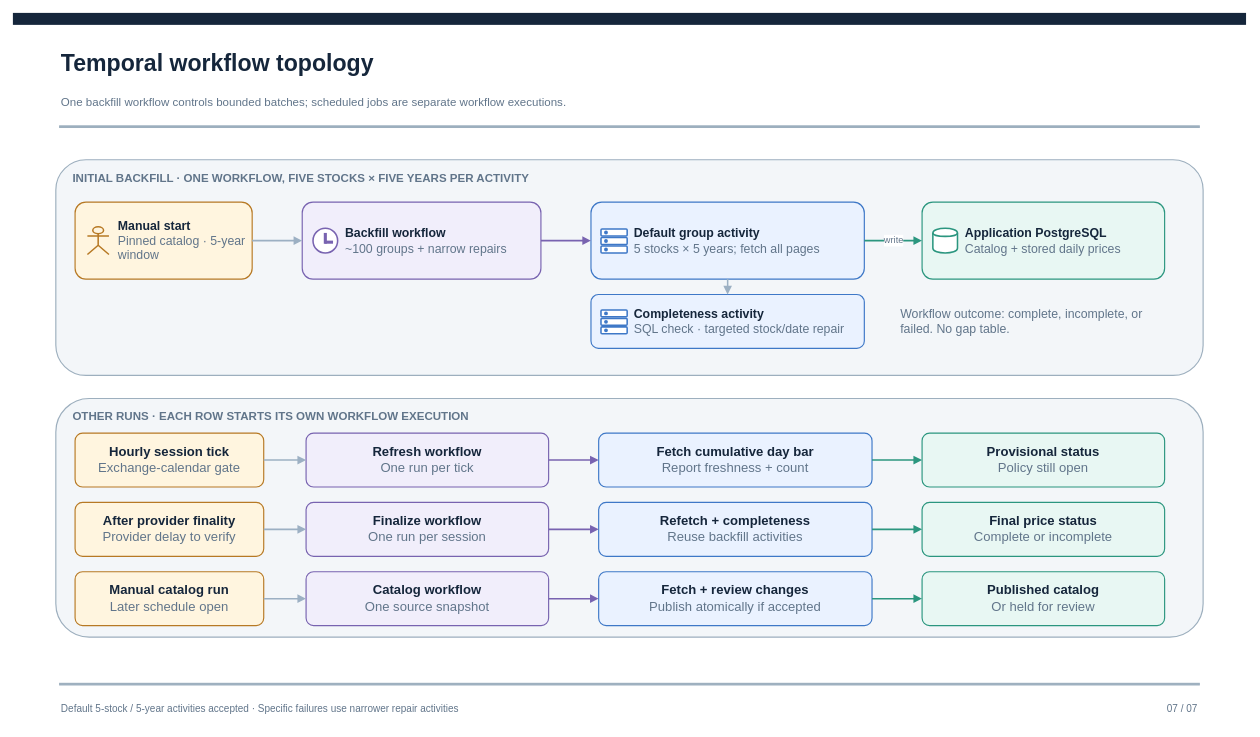
Above: page "07 · Workflows" (7 of 7) of knowledge-base/diagrams/market-eagle-architecture.drawio in maorts14/market-eagle (draw.io), before the change. Source tidied: cells renumbered, new cells numbered last; positions are measured from the earlier drawing's top-left corner, leaving out a move shared by most shapes. Both pictures are drawn from the tidied source at 77%, with x=0, y=0 at pixel (13, 13).
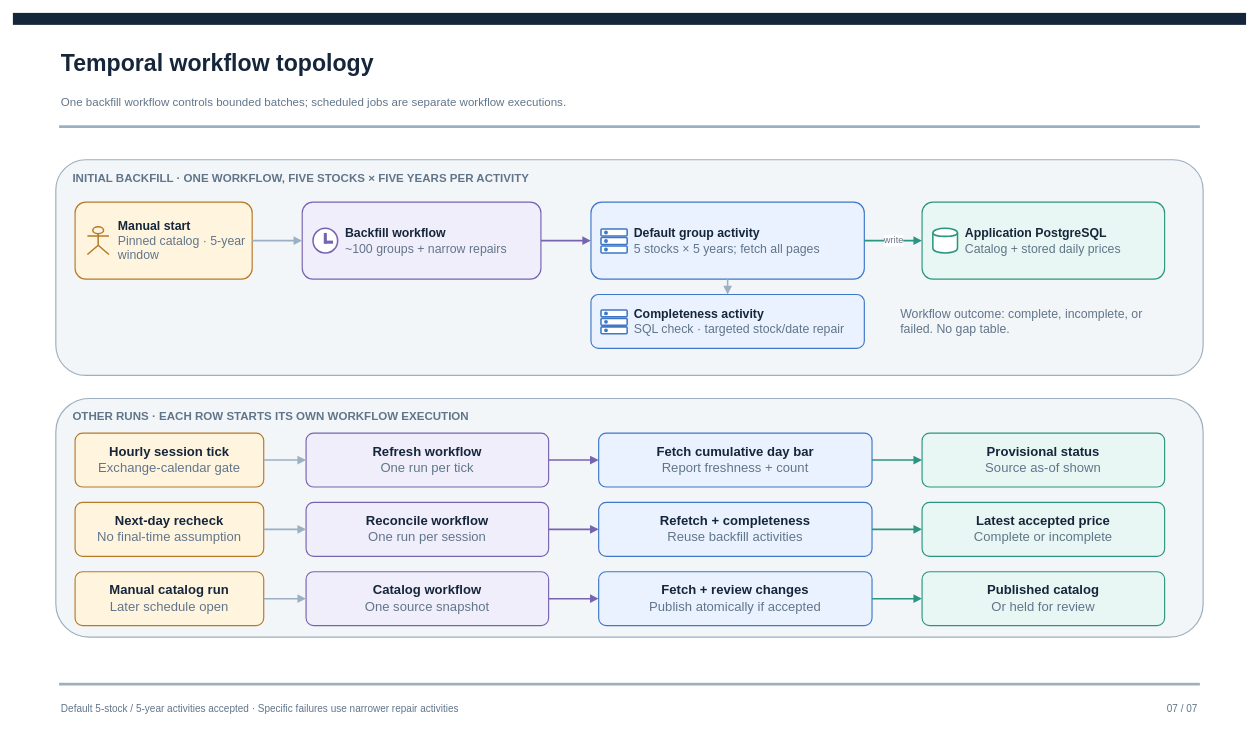
After the change.

What changed in the source:
```diff
@@
-    <mxCell id="45" value="&lt;b&gt;Provisional status&lt;/b&gt;&lt;br&gt;&lt;font color='#61758A'&gt;Policy still open&lt;/font&gt;" style="rounded=1;arcSize=14;whiteSpace=wrap;html=1;fillColor=#E8F7F3;strokeColor=#2B967F;strokeWidth=1.5;fontFamily=Arial;fontSize=17;fontColor=#15263B;align=center;verticalAlign=middle;spacing=12;card=1;" parent="1" vertex="1">
+    <mxCell id="45" value="&lt;b&gt;Provisional status&lt;/b&gt;&lt;br&gt;&lt;font color='#61758A'&gt;Source as-of shown&lt;/font&gt;" style="rounded=1;arcSize=14;whiteSpace=wrap;html=1;fillColor=#E8F7F3;strokeColor=#2B967F;strokeWidth=1.5;fontFamily=Arial;fontSize=17;fontColor=#15263B;align=center;verticalAlign=middle;spacing=12;card=1;" parent="1" vertex="1">
       <mxGeometry x="1180" y="545" width="315" height="70" as="geometry" />
     </mxCell>
-    <mxCell id="46" value="&lt;b&gt;After provider finality&lt;/b&gt;&lt;br&gt;&lt;font color='#61758A'&gt;Provider delay to verify&lt;/font&gt;" style="rounded=1;arcSize=14;whiteSpace=wrap;html=1;fillColor=#FFF5DF;strokeColor=#B77924;strokeWidth=1.5;fontFamily=Arial;fontSize=17;fontColor=#15263B;align=center;verticalAlign=middle;spacing=12;card=1;" parent="1" vertex="1">
+    <mxCell id="46" value="&lt;b&gt;Next-day recheck&lt;/b&gt;&lt;br&gt;&lt;font color='#61758A'&gt;No final-time assumption&lt;/font&gt;" style="rounded=1;arcSize=14;whiteSpace=wrap;html=1;fillColor=#FFF5DF;strokeColor=#B77924;strokeWidth=1.5;fontFamily=Arial;fontSize=17;fontColor=#15263B;align=center;verticalAlign=middle;spacing=12;card=1;" parent="1" vertex="1">
       <mxGeometry x="80" y="635" width="245" height="70" as="geometry" />
     </mxCell>
-    <mxCell id="47" value="&lt;b&gt;Finalize workflow&lt;/b&gt;&lt;br&gt;&lt;font color='#61758A'&gt;One run per session&lt;/font&gt;" style="rounded=1;arcSize=14;whiteSpace=wrap;html=1;fillColor=#F1EEFB;strokeColor=#7863B0;strokeWidth=1.5;fontFamily=Arial;fontSize=17;fontColor=#15263B;align=center;verticalAlign=middle;spacing=12;card=1;" parent="1" vertex="1">
+    <mxCell id="47" value="&lt;b&gt;Reconcile workflow&lt;/b&gt;&lt;br&gt;&lt;font color='#61758A'&gt;One run per session&lt;/font&gt;" style="rounded=1;arcSize=14;whiteSpace=wrap;html=1;fillColor=#F1EEFB;strokeColor=#7863B0;strokeWidth=1.5;fontFamily=Arial;fontSize=17;fontColor=#15263B;align=center;verticalAlign=middle;spacing=12;card=1;" parent="1" vertex="1">
       <mxGeometry x="380" y="635" width="315" height="70" as="geometry" />
     </mxCell>
@@
-    <mxCell id="49" value="&lt;b&gt;Final price status&lt;/b&gt;&lt;br&gt;&lt;font color='#61758A'&gt;Complete or incomplete&lt;/font&gt;" style="rounded=1;arcSize=14;whiteSpace=wrap;html=1;fillColor=#E8F7F3;strokeColor=#2B967F;strokeWidth=1.5;fontFamily=Arial;fontSize=17;fontColor=#15263B;align=center;verticalAlign=middle;spacing=12;card=1;" parent="1" vertex="1">
+    <mxCell id="49" value="&lt;b&gt;Latest accepted price&lt;/b&gt;&lt;br&gt;&lt;font color='#61758A'&gt;Complete or incomplete&lt;/font&gt;" style="rounded=1;arcSize=14;whiteSpace=wrap;html=1;fillColor=#E8F7F3;strokeColor=#2B967F;strokeWidth=1.5;fontFamily=Arial;fontSize=17;fontColor=#15263B;align=center;verticalAlign=middle;spacing=12;card=1;" parent="1" vertex="1">
       <mxGeometry x="1180" y="635" width="315" height="70" as="geometry" />
     </mxCell>
```
